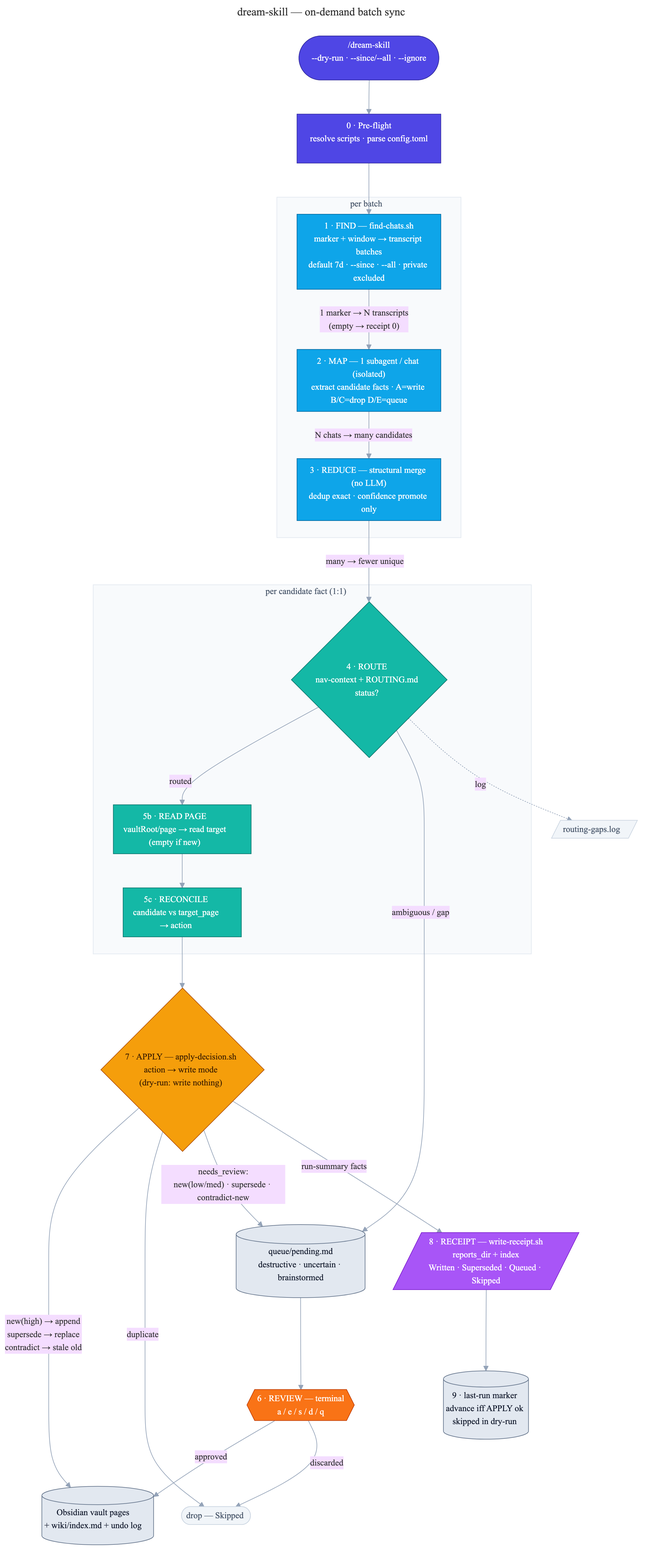
Above: dream-skill/docs/architecture.png in BohdanChuprynka/skills (Mermaid), before the change. Its source is kept beside it as dream-skill/docs/architecture.mmd.
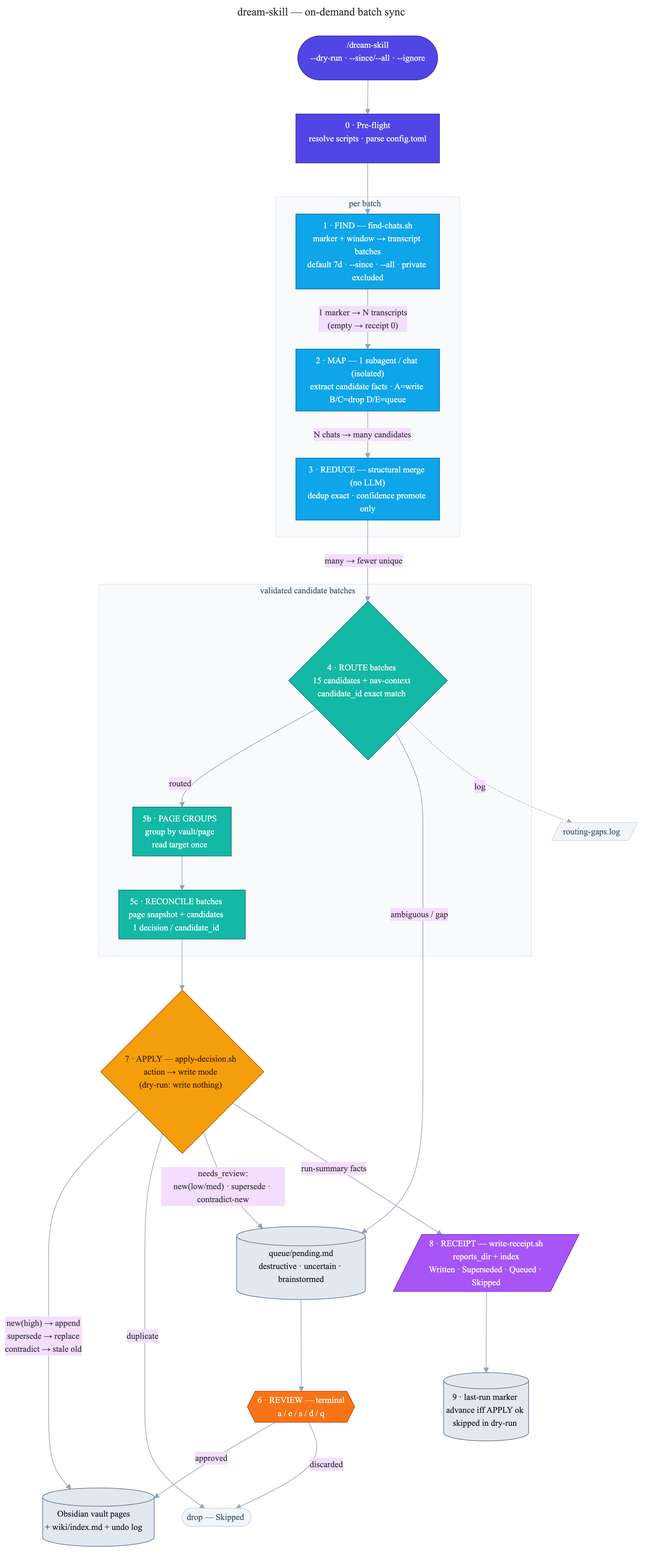
Later version of the same file.

What changed in the source:
```diff
@@ -24,11 +24,11 @@
     REDUCE["3 · REDUCE — structural merge (no LLM)<br/>dedup exact · confidence promote only"]:::batch
   end
 
-  subgraph CAND["per candidate fact (1:1)"]
+  subgraph CAND["validated candidate batches"]
     direction TB
-    ROUTE{"4 · ROUTE<br/>nav-context + ROUTING.md<br/>status?"}:::route
-    READ["5b · READ PAGE<br/>vaultRoot/page → read target<br/>(empty if new)"]:::route
-    RECON["5c · RECONCILE<br/>candidate vs target_page<br/>→ action"]:::route
+    ROUTE{"4 · ROUTE batches<br/>15 candidates + nav-context<br/>candidate_id exact match"}:::route
+    READ["5b · PAGE GROUPS<br/>group by vault/page<br/>read target once"]:::route
+    RECON["5c · RECONCILE batches<br/>page snapshot + candidates<br/>1 decision / candidate_id"]:::route
   end
 
   APPLY{"7 · APPLY — apply-decision.sh<br/>action → write mode<br/>(dry-run: write nothing)"}:::apply
```
